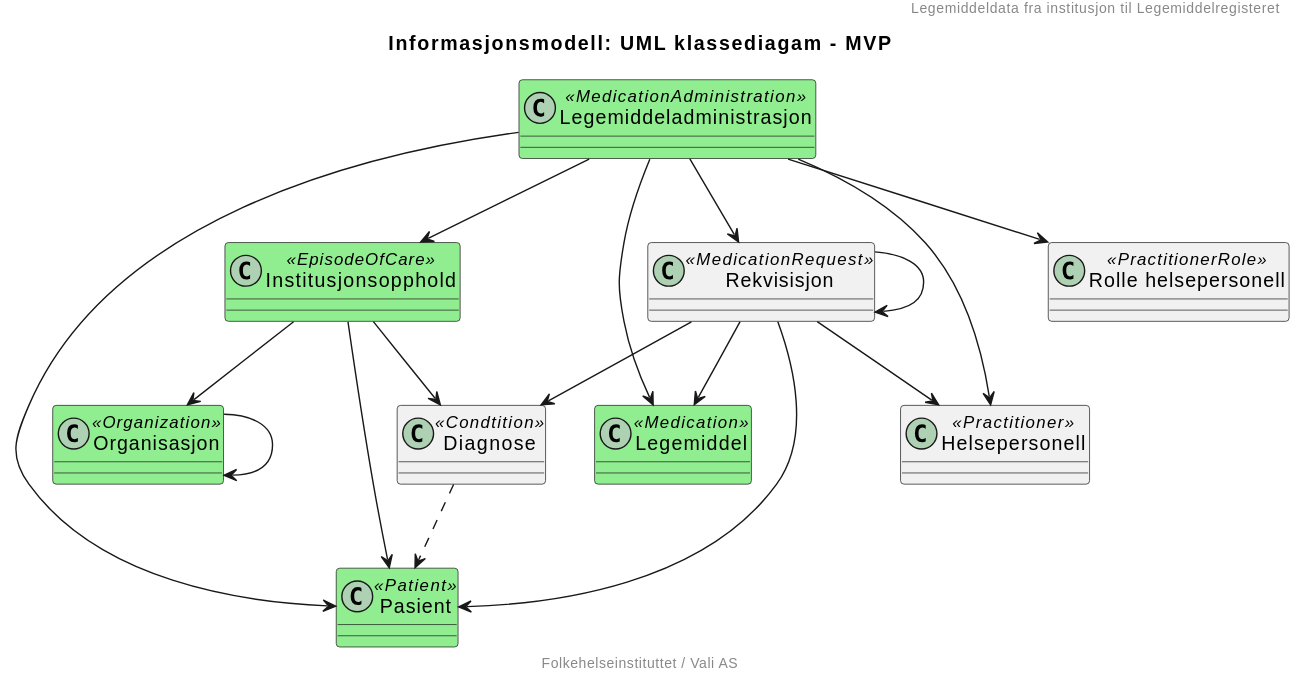
Above: currentbuild/informasjonsmodell-enkel.svg in HL7Norway/LMDI (PlantUML), before the change. Source of this version:
```plantuml
@startuml
header "Legemiddeldata fra institusjon til Legemiddelregisteret"
title "Informasjonsmodell: UML klassediagam - MVP"
footer "Folkehelseinstituttet / Vali AS"

class Pasient <<Patient>> #lightgreen {
}

class Legemiddeladministrasjon <<MedicationAdministration>> #lightgreen {
}

Legemiddeladministrasjon --> Legemiddel
Legemiddeladministrasjon --> Pasient
Legemiddeladministrasjon --> Helsepersonell
Legemiddeladministrasjon --> "Rolle helsepersonell"
Legemiddeladministrasjon --> Rekvisisjon
Legemiddeladministrasjon --> Institusjonsopphold

class Legemiddel <<Medication>> #lightgreen {
}

class Helsepersonell <<Practitioner>> {
}
class Organisasjon <<Organization>> #lightgreen {
}

Organisasjon --> Organisasjon

class Institusjonsopphold <<EpisodeOfCare>> #lightgreen {
}

Institusjonsopphold --> Pasient
Institusjonsopphold --> Organisasjon
Institusjonsopphold --> Diagnose

class Diagnose <<Condtition>> {
}

Diagnose ..> Pasient

class Rekvisisjon <<MedicationRequest>> {
}

Rekvisisjon --> Diagnose
Rekvisisjon --> Legemiddel
Rekvisisjon --> Pasient
Rekvisisjon --> Helsepersonell
Rekvisisjon --> Rekvisisjon

class "Rolle helsepersonell" <<PractitionerRole>> {
}
@enduml
```
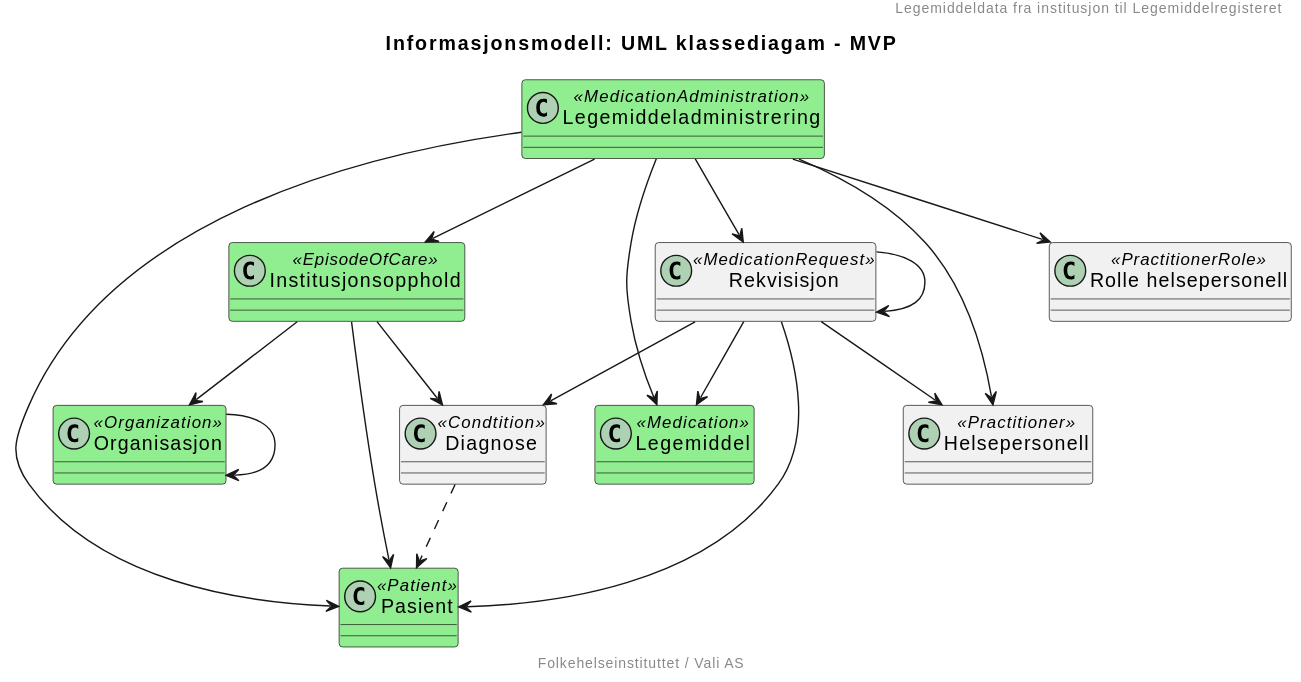
Above is the later version.

The edit, as a diff of the source:
```diff
@@ -6,15 +6,15 @@
 class Pasient <<Patient>> #lightgreen {
 }
 
-class Legemiddeladministrasjon <<MedicationAdministration>> #lightgreen {
+class Legemiddeladministrering <<MedicationAdministration>> #lightgreen {
 }
 
-Legemiddeladministrasjon --> Legemiddel
-Legemiddeladministrasjon --> Pasient
-Legemiddeladministrasjon --> Helsepersonell
-Legemiddeladministrasjon --> "Rolle helsepersonell"
-Legemiddeladministrasjon --> Rekvisisjon
-Legemiddeladministrasjon --> Institusjonsopphold
+Legemiddeladministrering --> Legemiddel
+Legemiddeladministrering --> Pasient
+Legemiddeladministrering --> Helsepersonell
+Legemiddeladministrering --> "Rolle helsepersonell"
+Legemiddeladministrering --> Rekvisisjon
+Legemiddeladministrering --> Institusjonsopphold
 
 class Legemiddel <<Medication>> #lightgreen {
 }
```
